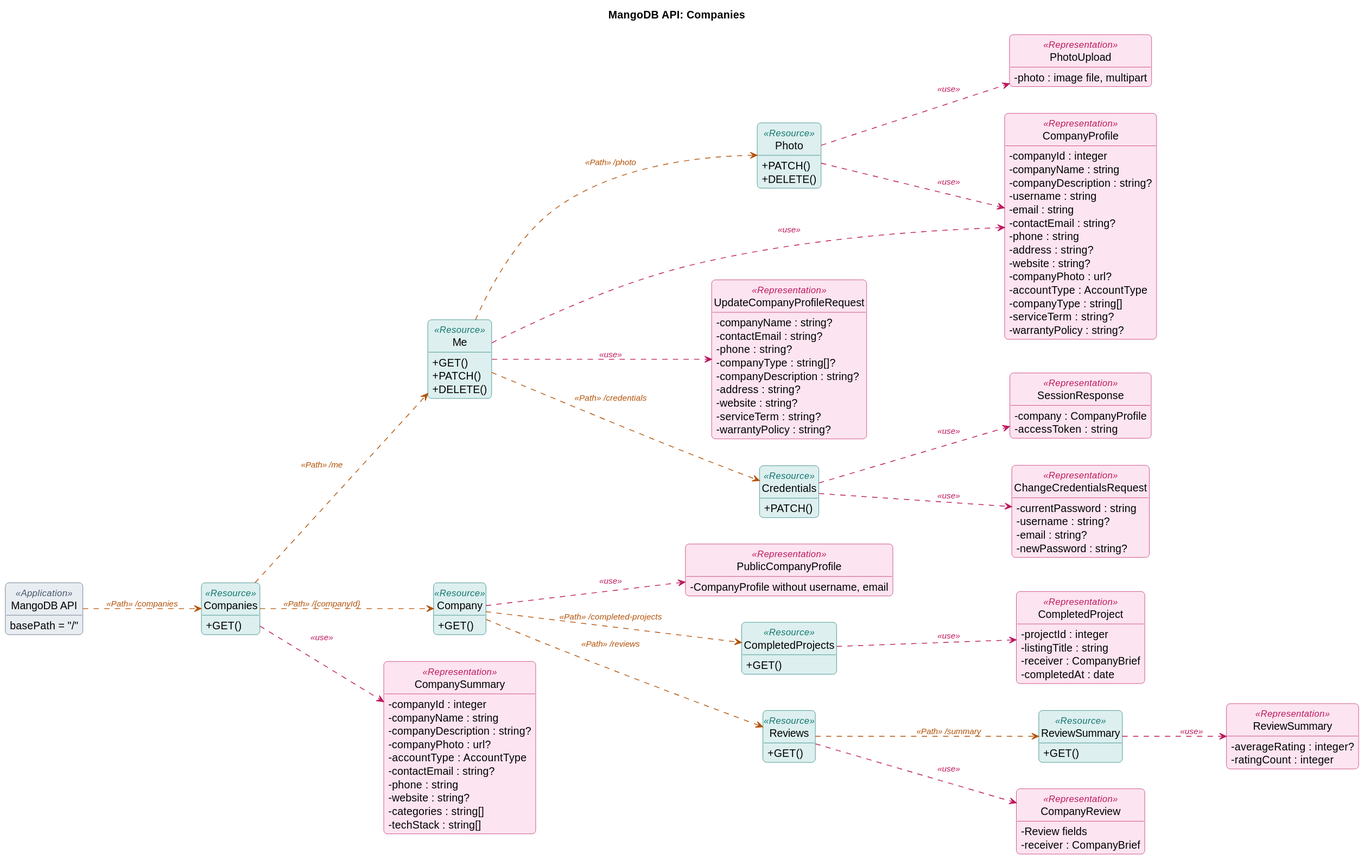
taofuuu/MangoDB keeps this PlantUML diagram as docs/api/uml/companies.svg. Above is the earlier version.
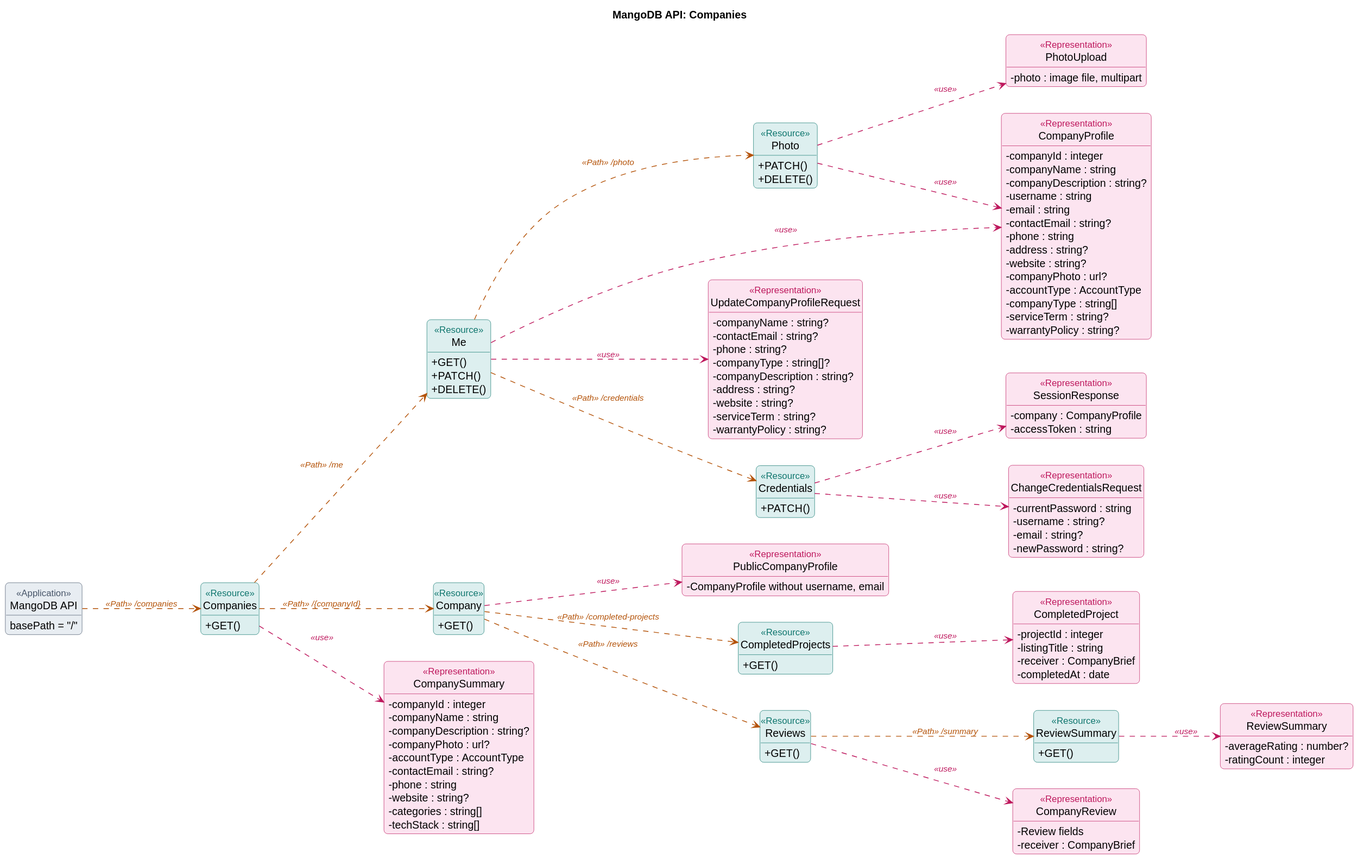
Later version of the same file.

Commit message:
docs(api): averageRating is a number, not an integer

The edit, as a diff of the source:
```diff
@@ -117,7 +117,7 @@
   -receiver : CompanyBrief
 }
 class "ReviewSummary" as ReviewSummaryRep <<Representation>> {
-  -averageRating : integer?
+  -averageRating : number?
   -ratingCount : integer
 }
 
```
